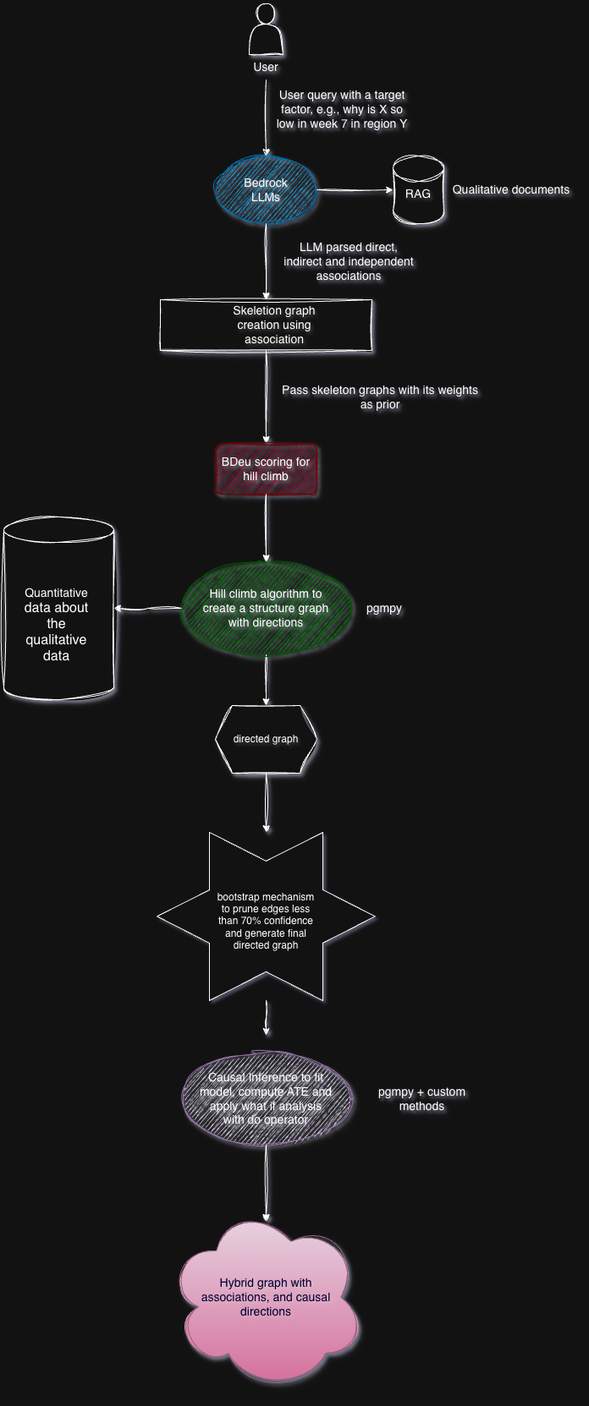
This is docs/causalif_flow_arch.png from awslabs/causalif, a draw.io export, as it was before one commit. Source tidied: cells renumbered, new cells last; positions are measured from the earlier drawing's top-left corner, leaving out a move shared by most shapes.
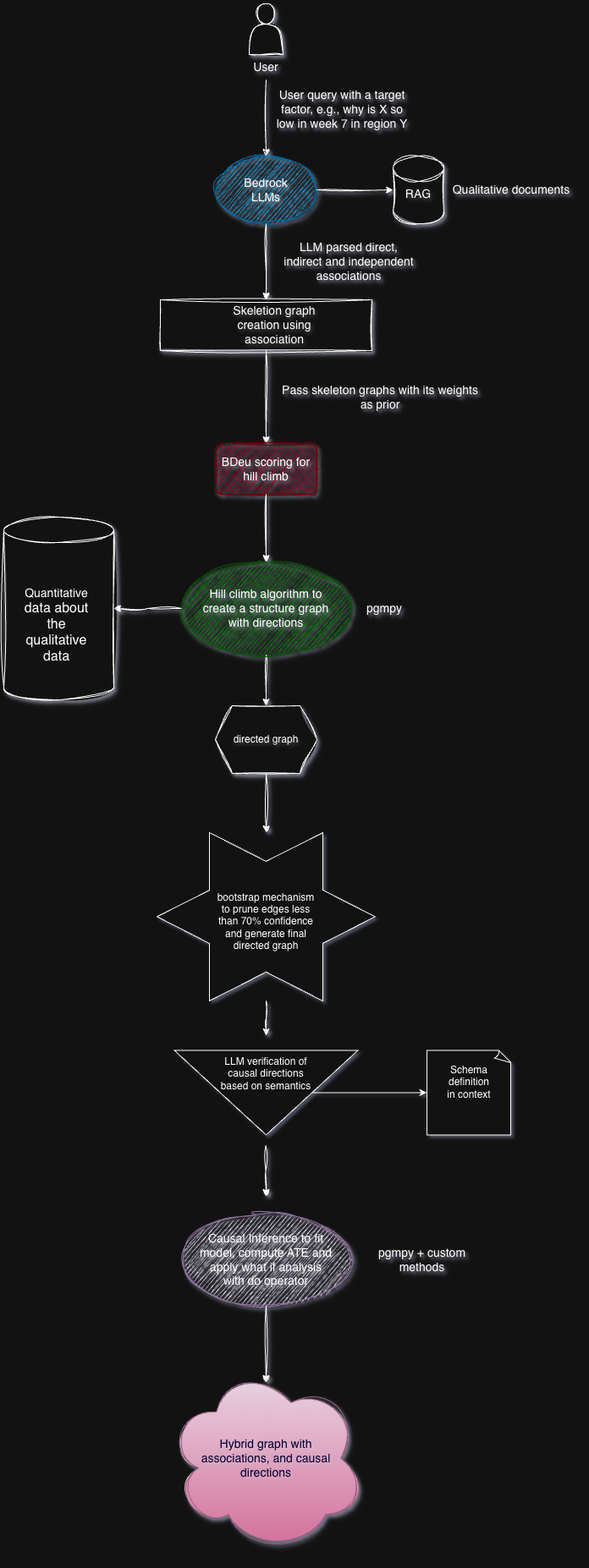
Above is the later version.

The edit, as a diff of the source:
```diff
@@ -3,7 +3,7 @@
     <mxCell id="0" />
     <mxCell id="1" parent="0" />
     <mxCell id="2" style="ellipse;whiteSpace=wrap;html=1;textShadow=1;sketch=1;curveFitting=1;jiggle=2;shadow=1;fillColor=#e1d5e7;strokeColor=#9673a6;" parent="1" vertex="1">
-      <mxGeometry x="210" y="1240" width="200" height="110" as="geometry" />
+      <mxGeometry x="210" y="1430" width="200" height="110" as="geometry" />
     </mxCell>
     <mxCell id="3" style="edgeStyle=orthogonalEdgeStyle;rounded=0;jettySize=auto;html=1;entryX=0.5;entryY=0;entryDx=0;entryDy=0;textShadow=1;sketch=1;curveFitting=1;jiggle=2;shadow=1;" parent="1" edge="1" source="4" target="19">
       <mxGeometry relative="1" as="geometry" />
@@ -65,10 +65,10 @@
       <mxGeometry x="250" y="830" width="120" height="80" as="geometry" />
     </mxCell>
     <mxCell id="20" style="ellipse;shape=cloud;whiteSpace=wrap;html=1;textShadow=1;sketch=1;curveFitting=1;jiggle=2;shadow=1;fillColor=#e6d0de;strokeColor=#996185;gradientColor=#d5739d;" parent="1" vertex="1">
-      <mxGeometry x="192.5" y="1420" width="235" height="220" as="geometry" />
+      <mxGeometry x="192.5" y="1610" width="235" height="220" as="geometry" />
     </mxCell>
     <mxCell id="21" value="&lt;font style=&quot;font-size: 14px;&quot;&gt;Causal Inference to fit model, compute ATE and apply what if analysis with do operator&lt;/font&gt;" style="text;html=1;whiteSpace=wrap;strokeColor=none;fillColor=none;align=center;verticalAlign=middle;rounded=0;textShadow=1;sketch=1;curveFitting=1;jiggle=2;shadow=1;" parent="1" vertex="1">
-      <mxGeometry x="230" y="1280" width="160" height="30" as="geometry" />
+      <mxGeometry x="230" y="1470" width="160" height="30" as="geometry" />
     </mxCell>
     <mxCell id="22" value="&lt;font style=&quot;font-size: 14px;&quot;&gt;User query with a target factor, e.g., why is X so low in week 7 in region Y&lt;/font&gt;" style="text;html=1;whiteSpace=wrap;strokeColor=none;fillColor=none;align=center;verticalAlign=middle;rounded=0;textShadow=1;sketch=1;curveFitting=1;jiggle=2;shadow=1;" parent="1" vertex="1">
       <mxGeometry x="320" y="110" width="160" height="30" as="geometry" />
@@ -102,13 +102,13 @@
       <mxGeometry x="420" y="700" width="60" height="30" as="geometry" />
     </mxCell>
     <mxCell id="31" value="&lt;font style=&quot;font-size: 14px; color: rgb(0, 0, 51);&quot;&gt;Hybrid graph with associations, and causal directions&lt;/font&gt;" style="text;html=1;whiteSpace=wrap;strokeColor=none;fillColor=none;align=center;verticalAlign=middle;rounded=0;textShadow=1;sketch=1;curveFitting=1;jiggle=2;shadow=1;" parent="1" vertex="1">
-      <mxGeometry x="230" y="1507.5" width="160" height="45" as="geometry" />
+      <mxGeometry x="230" y="1697.5" width="160" height="45" as="geometry" />
     </mxCell>
     <mxCell id="32" style="edgeStyle=orthogonalEdgeStyle;rounded=0;jettySize=auto;html=1;entryX=0.5;entryY=0.091;entryDx=0;entryDy=0;entryPerimeter=0;sketch=1;curveFitting=1;jiggle=2;shadow=1;" parent="1" edge="1" source="2" target="20">
       <mxGeometry relative="1" as="geometry" />
     </mxCell>
     <mxCell id="33" value="&lt;font style=&quot;font-size: 14px;&quot;&gt;pgmpy + custom methods&lt;/font&gt;" style="text;html=1;whiteSpace=wrap;strokeColor=none;fillColor=none;align=center;verticalAlign=middle;rounded=0;textShadow=1;sketch=1;curveFitting=1;jiggle=2;shadow=1;" parent="1" vertex="1">
-      <mxGeometry x="427.5" y="1280" width="132.5" height="30" as="geometry" />
+      <mxGeometry x="427.5" y="1470" width="132.5" height="30" as="geometry" />
     </mxCell>
     <mxCell id="34" value="&lt;div&gt;&lt;font style=&quot;font-size: 14px;&quot;&gt;Quantitative&lt;/font&gt;&lt;/div&gt;&lt;div&gt;&lt;font size=&quot;3&quot;&gt;data about the qualitative data&lt;/font&gt;&lt;/div&gt;" style="text;html=1;whiteSpace=wrap;strokeColor=none;fillColor=none;align=center;verticalAlign=middle;rounded=0;" parent="1" vertex="1">
       <mxGeometry x="20" y="720" width="85" height="30" as="geometry" />
@@ -122,5 +122,26 @@
     <mxCell id="37" value="bootstrap mechanism to prune edges less than 70% confidence and generate final directed graph" style="text;html=1;whiteSpace=wrap;strokeColor=none;fillColor=none;align=center;verticalAlign=middle;rounded=0;" parent="1" vertex="1">
       <mxGeometry x="250" y="1070" width="120" height="30" as="geometry" />
     </mxCell>
+    <mxCell id="38" style="edgeStyle=orthogonalEdgeStyle;rounded=0;jettySize=auto;html=1;" parent="1" edge="1" source="39" target="42">
+      <mxGeometry relative="1" as="geometry" />
+    </mxCell>
+    <mxCell id="39" style="triangle;whiteSpace=wrap;html=1;rotation=90;" parent="1" vertex="1">
+      <mxGeometry x="260" y="1179" width="100" height="216.9" as="geometry" />
+    </mxCell>
+    <mxCell id="40" style="edgeStyle=orthogonalEdgeStyle;rounded=0;orthogonalLoop=1;jettySize=auto;html=1;shadow=1;sketch=1;curveFitting=1;jiggle=2;" parent="1" edge="1">
+      <mxGeometry relative="1" as="geometry">
+        <mxPoint x="309.6" y="1350" as="sourcePoint" />
+        <mxPoint x="310" y="1410" as="targetPoint" />
+      </mxGeometry>
+    </mxCell>
+    <mxCell id="41" value="LLM verification of causal directions based on semantics" style="text;html=1;whiteSpace=wrap;strokeColor=none;fillColor=none;align=center;verticalAlign=middle;rounded=0;" parent="1" vertex="1">
+      <mxGeometry x="250" y="1250" width="120" height="30" as="geometry" />
+    </mxCell>
+    <mxCell id="42" style="whiteSpace=wrap;html=1;shape=mxgraph.basic.document;" parent="1" vertex="1">
+      <mxGeometry x="500" y="1237.4" width="100" height="100" as="geometry" />
+    </mxCell>
+    <mxCell id="43" value="Schema definition in context" style="text;html=1;whiteSpace=wrap;strokeColor=none;fillColor=none;align=center;verticalAlign=middle;rounded=0;" parent="1" vertex="1">
+      <mxGeometry x="520" y="1260" width="60" height="30" as="geometry" />
+    </mxCell>
   </root>
 </mxGraphModel>
```
